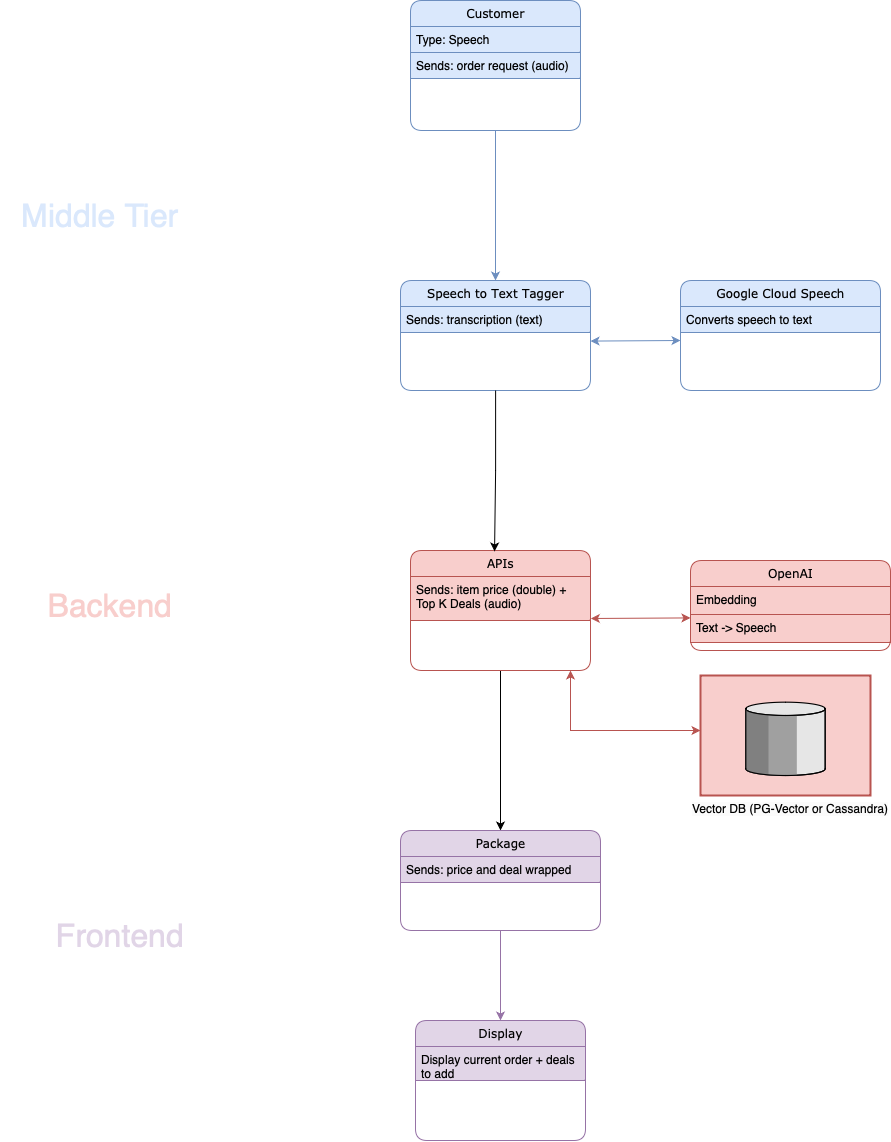
The draw.io diagram other/images/architecture.drawio.png in Ibrahim-Haroon/BeanHub, before a commit. Source tidied: cells renumbered, new cells last; positions are measured from the earlier drawing's top-left corner, leaving out a move shared by most shapes.
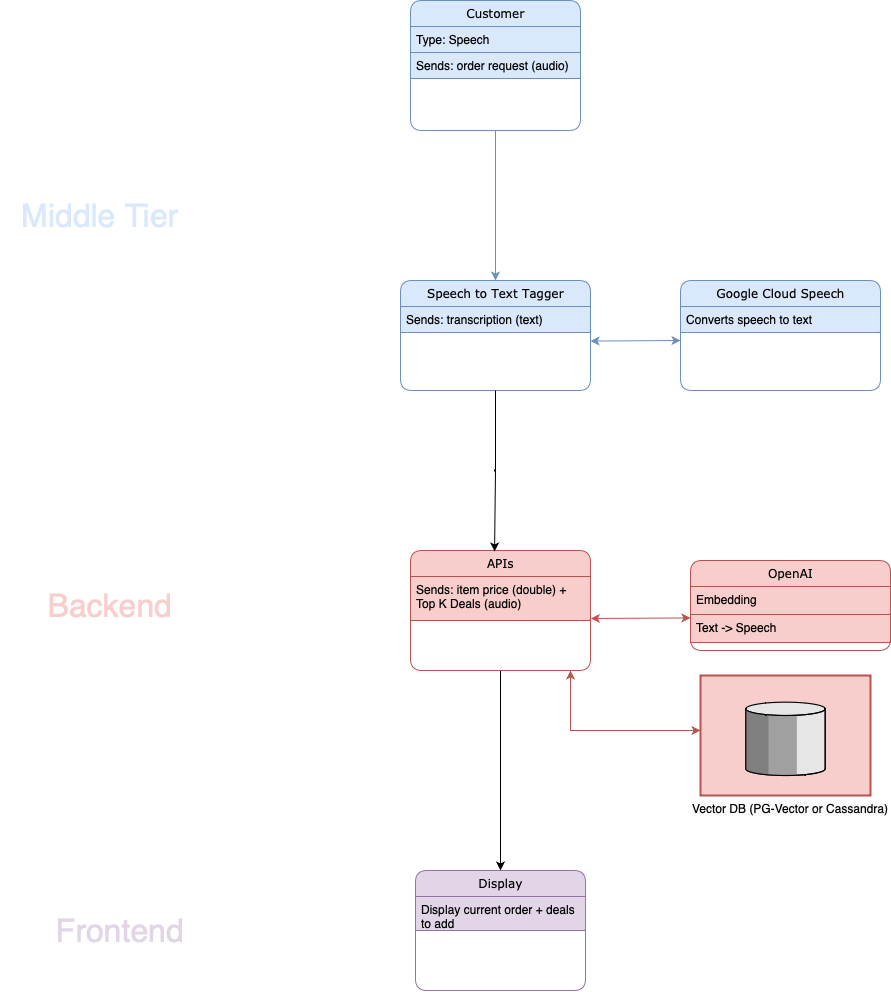
Above is the later version.

Change to the diagram source:
```diff
@@ -33,7 +33,7 @@
       <mxGeometry x="700" y="675" width="170" height="120" as="geometry" />
     </mxCell>
     <mxCell id="12" value="Display" style="swimlane;html=1;fontStyle=0;horizontal=1;startSize=26;fillColor=#e1d5e7;swimlaneFillColor=#ffffff;align=center;rounded=1;shadow=0;comic=0;labelBackgroundColor=none;strokeWidth=1;fontFamily=Verdana;fontSize=12;strokeColor=#9673a6;" parent="1" vertex="1">
-      <mxGeometry x="415" y="1020" width="170" height="120" as="geometry" />
+      <mxGeometry x="415" y="870" width="170" height="120" as="geometry" />
     </mxCell>
     <mxCell id="13" value="Display current order + deals to add" style="text;html=1;strokeColor=#9673a6;fillColor=#e1d5e7;spacingLeft=4;spacingRight=4;whiteSpace=wrap;overflow=hidden;" parent="12" vertex="1">
       <mxGeometry y="26" width="170" height="34" as="geometry" />
@@ -47,8 +47,10 @@
     <mxCell id="16" value="Sends: transcription (text)" style="text;html=1;strokeColor=#6c8ebf;fillColor=#dae8fc;spacingLeft=4;spacingRight=4;whiteSpace=wrap;overflow=hidden;" parent="15" vertex="1">
       <mxGeometry y="26" width="190" height="26" as="geometry" />
     </mxCell>
-    <mxCell id="17" style="edgeStyle=orthogonalEdgeStyle;rounded=0;jettySize=auto;html=1;entryX=0.5;entryY=0;entryDx=0;entryDy=0;" parent="1" edge="1" source="18" target="21">
-      <mxGeometry relative="1" as="geometry" />
+    <mxCell id="17" style="edgeStyle=orthogonalEdgeStyle;rounded=0;jettySize=auto;html=1;" parent="1" edge="1" source="18">
+      <mxGeometry relative="1" as="geometry">
+        <mxPoint x="500" y="870" as="targetPoint" />
+      </mxGeometry>
     </mxCell>
     <mxCell id="18" value="APIs" style="swimlane;html=1;fontStyle=0;horizontal=1;startSize=26;fillColor=#f8cecc;swimlaneFillColor=#ffffff;align=center;rounded=1;shadow=0;comic=0;labelBackgroundColor=none;strokeWidth=1;fontFamily=Verdana;fontSize=12;strokeColor=#b85450;" parent="1" vertex="1">
       <mxGeometry x="410" y="550" width="180" height="120" as="geometry" />
@@ -56,15 +58,6 @@
     <mxCell id="19" value="Sends: item price (double) + Top K Deals (audio)" style="text;html=1;strokeColor=#b85450;fillColor=#f8cecc;spacingLeft=4;spacingRight=4;whiteSpace=wrap;overflow=hidden;" parent="18" vertex="1">
       <mxGeometry y="26" width="180" height="44" as="geometry" />
     </mxCell>
-    <mxCell id="20" style="edgeStyle=orthogonalEdgeStyle;rounded=0;jettySize=auto;html=1;entryX=0.5;entryY=0;entryDx=0;entryDy=0;fillColor=#e1d5e7;strokeColor=#9673a6;" parent="1" edge="1" source="21" target="12">
-      <mxGeometry relative="1" as="geometry" />
-    </mxCell>
-    <mxCell id="21" value="Package" style="swimlane;html=1;fontStyle=0;horizontal=1;startSize=26;fillColor=#e1d5e7;swimlaneFillColor=#ffffff;align=center;rounded=1;shadow=0;comic=0;labelBackgroundColor=none;strokeWidth=1;fontFamily=Verdana;fontSize=12;strokeColor=#9673a6;" parent="1" vertex="1">
-      <mxGeometry x="400" y="830" width="200" height="100" as="geometry" />
-    </mxCell>
-    <mxCell id="22" value="Sends: price and deal wrapped" style="text;html=1;strokeColor=#9673a6;fillColor=#e1d5e7;spacingLeft=4;spacingRight=4;whiteSpace=wrap;overflow=hidden;" parent="21" vertex="1">
-      <mxGeometry y="26" width="200" height="26" as="geometry" />
-    </mxCell>
     <mxCell id="23" style="endArrow=classic;startArrow=classic;html=1;rounded=0;entryX=0.005;entryY=1.122;entryDx=0;entryDy=0;entryPerimeter=0;exitX=1.002;exitY=0.615;exitDx=0;exitDy=0;exitPerimeter=0;fillColor=#f8cecc;strokeColor=#b85450;" parent="1" edge="1">
       <mxGeometry relative="1" as="geometry">
         <mxPoint x="590.4" y="618" as="sourcePoint" />
@@ -96,7 +89,7 @@
       <mxGeometry x="10" y="570" width="200" height="70" as="geometry" />
     </mxCell>
     <mxCell id="29" value="&lt;font color=&quot;#e1d5e7&quot; style=&quot;font-size: 32px;&quot;&gt;Frontend&lt;/font&gt;" style="text;html=1;strokeColor=none;fillColor=none;align=center;verticalAlign=middle;whiteSpace=wrap;rounded=0;" parent="1" vertex="1">
-      <mxGeometry x="20" y="900" width="200" height="70" as="geometry" />
+      <mxGeometry x="20" y="895" width="200" height="70" as="geometry" />
     </mxCell>
   </root>
 </mxGraphModel>
```
